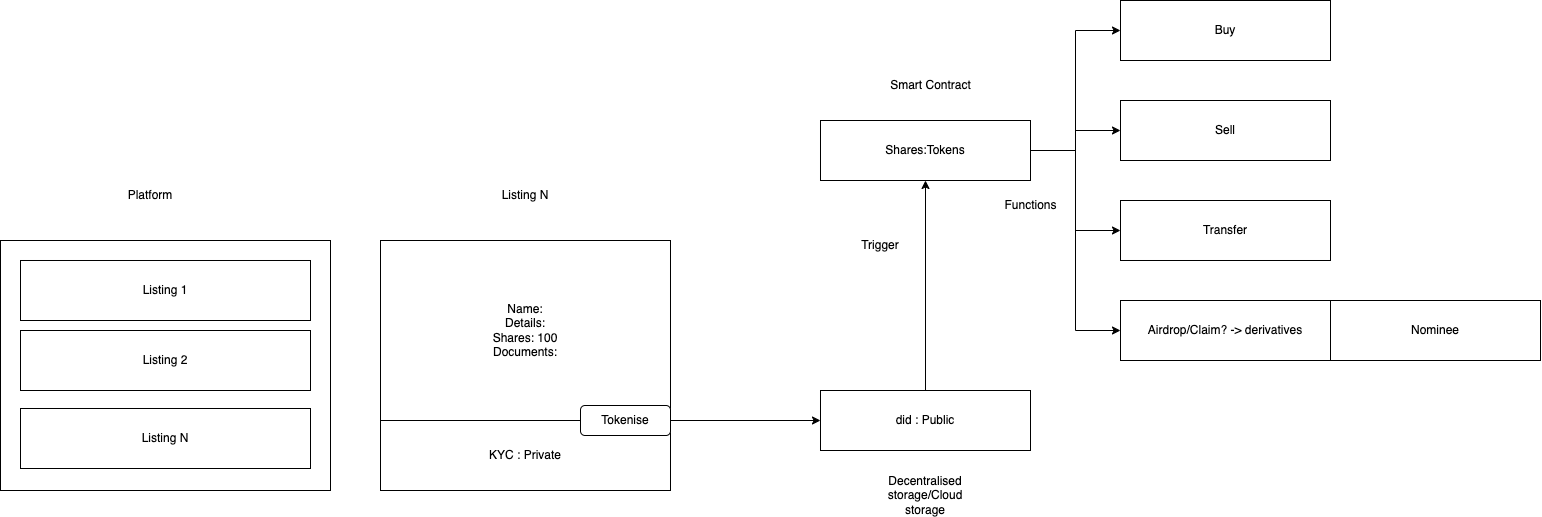
The draw.io diagram chainvest.drawio.png in PriyathamVarma/chainvest, before a commit. Source tidied: cells renumbered, new cells last; positions are measured from the earlier drawing's top-left corner, leaving out a move shared by most shapes.
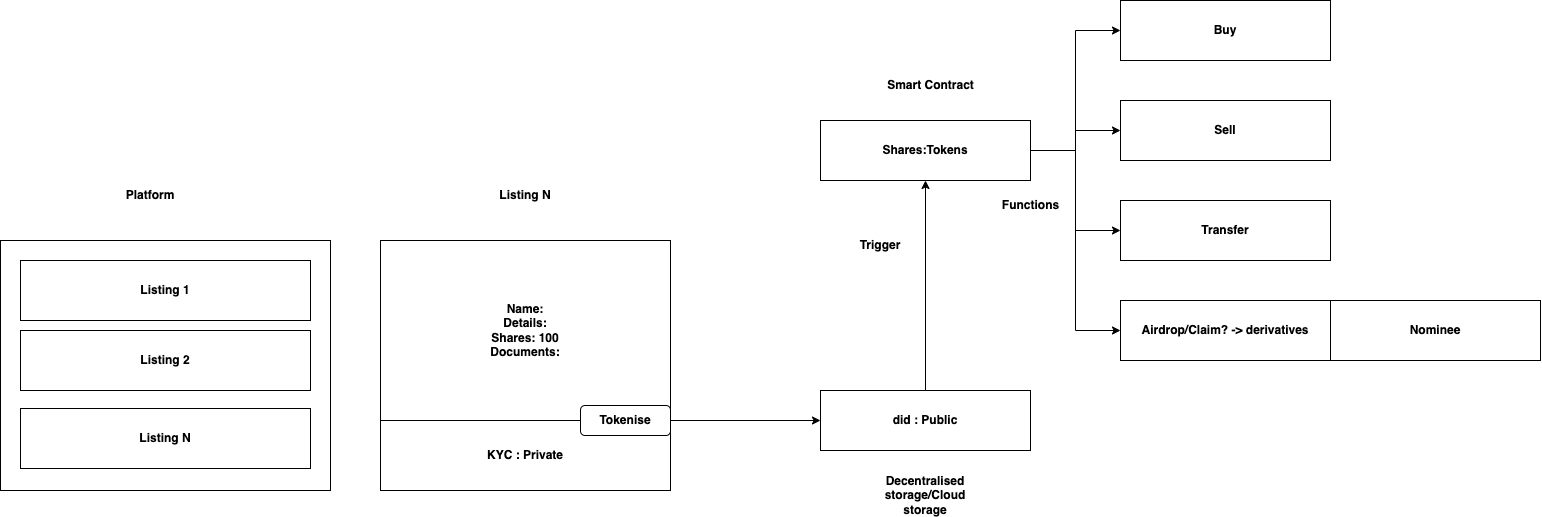
Later version of the same file.

Change to the diagram source:
```diff
@@ -5,7 +5,7 @@
     <mxCell id="2" style="edgeStyle=orthogonalEdgeStyle;rounded=0;jettySize=auto;html=1;entryX=0;entryY=0.5;entryDx=0;entryDy=0;exitX=1;exitY=0.5;exitDx=0;exitDy=0;" parent="1" edge="1" source="19" target="15">
       <mxGeometry relative="1" as="geometry" />
     </mxCell>
-    <mxCell id="3" value="Name:&lt;br&gt;Details:&lt;br&gt;Shares: 100&lt;br&gt;Documents:" style="whiteSpace=wrap;html=1;align=center;" parent="1" vertex="1">
+    <mxCell id="3" value="&lt;b&gt;Name:&lt;br&gt;Details:&lt;br&gt;Shares: 100&lt;br&gt;Documents:&lt;/b&gt;" style="whiteSpace=wrap;html=1;align=center;" parent="1" vertex="1">
       <mxGeometry x="380" y="240" width="290" height="180" as="geometry" />
     </mxCell>
     <mxCell id="4" style="edgeStyle=orthogonalEdgeStyle;rounded=0;jettySize=auto;html=1;entryX=0;entryY=0.5;entryDx=0;entryDy=0;" parent="1" edge="1" source="8" target="9">
@@ -20,40 +20,40 @@
     <mxCell id="7" style="edgeStyle=orthogonalEdgeStyle;rounded=0;jettySize=auto;html=1;entryX=0;entryY=0.5;entryDx=0;entryDy=0;" parent="1" edge="1" source="8" target="12">
       <mxGeometry relative="1" as="geometry" />
     </mxCell>
-    <mxCell id="8" value="Shares:Tokens" style="whiteSpace=wrap;html=1;" parent="1" vertex="1">
+    <mxCell id="8" value="&lt;b&gt;Shares:Tokens&lt;/b&gt;" style="whiteSpace=wrap;html=1;" parent="1" vertex="1">
       <mxGeometry x="820" y="120" width="210" height="60" as="geometry" />
     </mxCell>
-    <mxCell id="9" value="Buy" style="whiteSpace=wrap;html=1;" parent="1" vertex="1">
+    <mxCell id="9" value="&lt;b&gt;Buy&lt;/b&gt;" style="whiteSpace=wrap;html=1;" parent="1" vertex="1">
       <mxGeometry x="1120" width="210" height="60" as="geometry" />
     </mxCell>
-    <mxCell id="10" value="Sell" style="whiteSpace=wrap;html=1;" parent="1" vertex="1">
+    <mxCell id="10" value="&lt;b&gt;Sell&lt;/b&gt;" style="whiteSpace=wrap;html=1;" parent="1" vertex="1">
       <mxGeometry x="1120" y="100" width="210" height="60" as="geometry" />
     </mxCell>
-    <mxCell id="11" value="Transfer" style="whiteSpace=wrap;html=1;" parent="1" vertex="1">
+    <mxCell id="11" value="&lt;b&gt;Transfer&lt;/b&gt;" style="whiteSpace=wrap;html=1;" parent="1" vertex="1">
       <mxGeometry x="1120" y="200" width="210" height="60" as="geometry" />
     </mxCell>
-    <mxCell id="12" value="Airdrop/Claim? -&amp;gt; derivatives" style="whiteSpace=wrap;html=1;" parent="1" vertex="1">
+    <mxCell id="12" value="&lt;b&gt;Airdrop/Claim? -&amp;gt; derivatives&lt;/b&gt;" style="whiteSpace=wrap;html=1;" parent="1" vertex="1">
       <mxGeometry x="1120" y="300" width="210" height="60" as="geometry" />
     </mxCell>
-    <mxCell id="13" value="Nominee" style="whiteSpace=wrap;html=1;" parent="1" vertex="1">
+    <mxCell id="13" value="&lt;b&gt;Nominee&lt;/b&gt;" style="whiteSpace=wrap;html=1;" parent="1" vertex="1">
       <mxGeometry x="1330" y="300" width="210" height="60" as="geometry" />
     </mxCell>
     <mxCell id="14" style="edgeStyle=orthogonalEdgeStyle;rounded=0;jettySize=auto;html=1;entryX=0.5;entryY=1;entryDx=0;entryDy=0;" parent="1" edge="1" source="15" target="8">
       <mxGeometry relative="1" as="geometry" />
     </mxCell>
-    <mxCell id="15" value="did : Public" style="whiteSpace=wrap;html=1;" parent="1" vertex="1">
+    <mxCell id="15" value="&lt;b&gt;did : Public&lt;/b&gt;" style="whiteSpace=wrap;html=1;" parent="1" vertex="1">
       <mxGeometry x="820" y="390" width="210" height="60" as="geometry" />
     </mxCell>
-    <mxCell id="16" value="Smart Contract" style="text;html=1;align=center;verticalAlign=middle;strokeColor=none;fillColor=none;" parent="1" vertex="1">
-      <mxGeometry x="880" y="70" width="100" height="30" as="geometry" />
+    <mxCell id="16" value="&lt;b&gt;Smart Contract&lt;/b&gt;" style="text;html=1;align=center;verticalAlign=middle;strokeColor=none;fillColor=none;" parent="1" vertex="1">
+      <mxGeometry x="875" y="70" width="110" height="30" as="geometry" />
     </mxCell>
-    <mxCell id="17" value="KYC : Private" style="whiteSpace=wrap;html=1;" parent="1" vertex="1">
+    <mxCell id="17" value="&lt;b&gt;KYC : Private&lt;/b&gt;" style="whiteSpace=wrap;html=1;" parent="1" vertex="1">
       <mxGeometry x="380" y="420" width="290" height="70" as="geometry" />
     </mxCell>
-    <mxCell id="18" value="Trigger" style="text;html=1;align=center;verticalAlign=middle;whiteSpace=wrap;rounded=0;" parent="1" vertex="1">
+    <mxCell id="18" value="&lt;b&gt;Trigger&lt;/b&gt;" style="text;html=1;align=center;verticalAlign=middle;whiteSpace=wrap;rounded=0;" parent="1" vertex="1">
       <mxGeometry x="850" y="230" width="60" height="30" as="geometry" />
     </mxCell>
-    <mxCell id="19" value="Tokenise" style="rounded=1;whiteSpace=wrap;html=1;" parent="1" vertex="1">
+    <mxCell id="19" value="&lt;b&gt;Tokenise&lt;/b&gt;" style="rounded=1;whiteSpace=wrap;html=1;" parent="1" vertex="1">
       <mxGeometry x="580" y="405" width="90" height="30" as="geometry" />
     </mxCell>
     <mxCell id="20" style="group;" parent="1" vertex="1">
@@ -62,25 +62,25 @@
     <mxCell id="21" style="whiteSpace=wrap;html=1;" parent="20" vertex="1">
       <mxGeometry width="330" height="250" as="geometry" />
     </mxCell>
-    <mxCell id="22" value="Listing 1" style="whiteSpace=wrap;html=1;" parent="20" vertex="1">
+    <mxCell id="22" value="&lt;b&gt;Listing 1&lt;/b&gt;" style="whiteSpace=wrap;html=1;" parent="20" vertex="1">
       <mxGeometry x="20" y="20" width="290" height="60" as="geometry" />
     </mxCell>
-    <mxCell id="23" value="Listing 2" style="whiteSpace=wrap;html=1;" parent="20" vertex="1">
+    <mxCell id="23" value="&lt;b&gt;Listing 2&lt;/b&gt;" style="whiteSpace=wrap;html=1;" parent="20" vertex="1">
       <mxGeometry x="20" y="90" width="290" height="60" as="geometry" />
     </mxCell>
-    <mxCell id="24" value="Listing N" style="whiteSpace=wrap;html=1;" parent="20" vertex="1">
+    <mxCell id="24" value="&lt;b&gt;Listing N&lt;/b&gt;" style="whiteSpace=wrap;html=1;" parent="20" vertex="1">
       <mxGeometry x="20" y="168" width="290" height="60" as="geometry" />
     </mxCell>
-    <mxCell id="25" value="Platform" style="text;html=1;align=center;verticalAlign=middle;whiteSpace=wrap;rounded=0;" parent="1" vertex="1">
+    <mxCell id="25" value="&lt;b&gt;Platform&lt;/b&gt;" style="text;html=1;align=center;verticalAlign=middle;whiteSpace=wrap;rounded=0;" parent="1" vertex="1">
       <mxGeometry x="120" y="180" width="60" height="30" as="geometry" />
     </mxCell>
-    <mxCell id="26" value="Listing N" style="text;html=1;align=center;verticalAlign=middle;whiteSpace=wrap;rounded=0;" parent="1" vertex="1">
+    <mxCell id="26" value="&lt;b&gt;Listing N&lt;/b&gt;" style="text;html=1;align=center;verticalAlign=middle;whiteSpace=wrap;rounded=0;" parent="1" vertex="1">
       <mxGeometry x="495" y="180" width="60" height="30" as="geometry" />
     </mxCell>
-    <mxCell id="27" value="Decentralised storage/Cloud storage" style="text;html=1;align=center;verticalAlign=middle;whiteSpace=wrap;rounded=0;" parent="1" vertex="1">
+    <mxCell id="27" value="&lt;b&gt;Decentralised storage/Cloud storage&lt;/b&gt;" style="text;html=1;align=center;verticalAlign=middle;whiteSpace=wrap;rounded=0;" parent="1" vertex="1">
       <mxGeometry x="895" y="480" width="60" height="30" as="geometry" />
     </mxCell>
-    <mxCell id="28" value="Functions" style="text;html=1;align=center;verticalAlign=middle;strokeColor=none;fillColor=none;" parent="1" vertex="1">
+    <mxCell id="28" value="&lt;b&gt;Functions&lt;/b&gt;" style="text;html=1;align=center;verticalAlign=middle;strokeColor=none;fillColor=none;" parent="1" vertex="1">
       <mxGeometry x="990" y="190" width="80" height="30" as="geometry" />
     </mxCell>
   </root>
```
